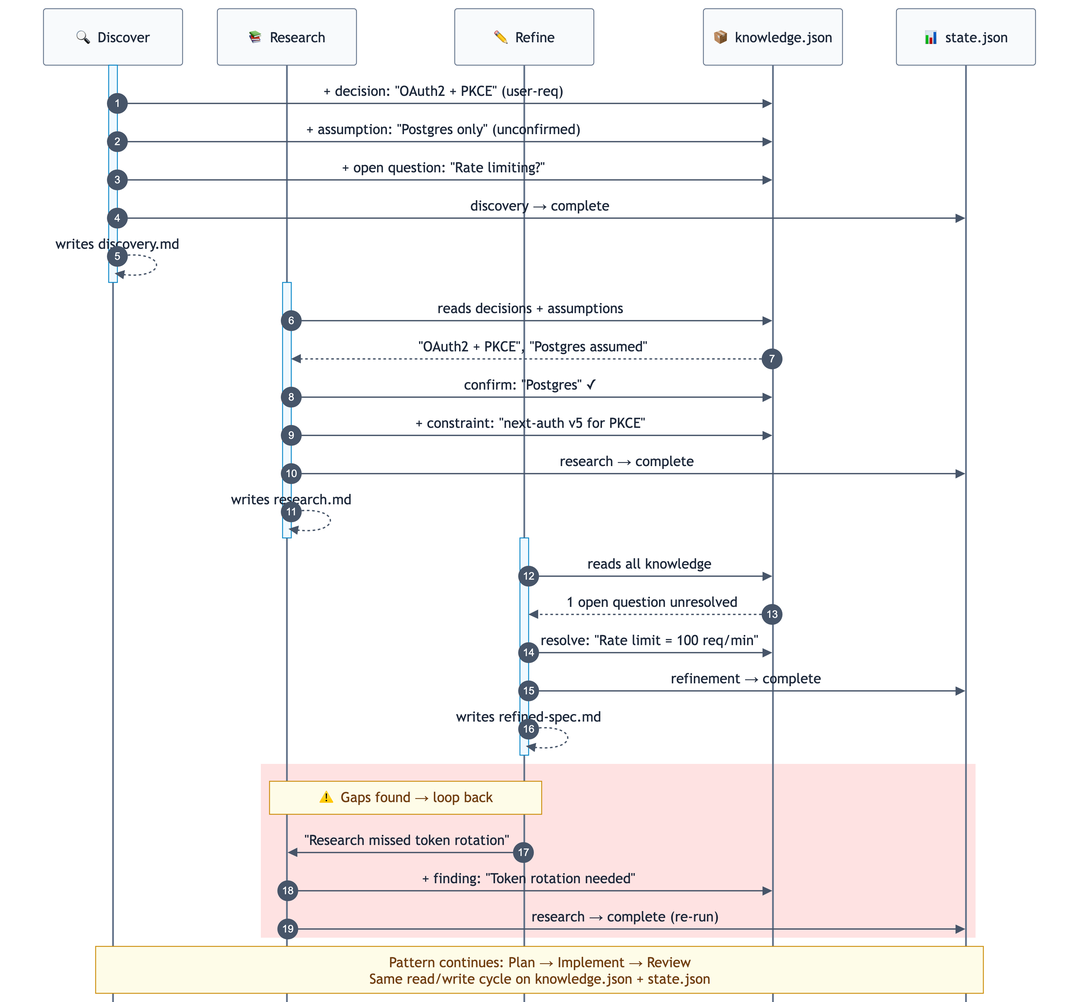
The Mermaid diagram app/assets/artifact-flow.png in compassanalytics/claude-workshop, before a commit. Its source is kept beside it as app/assets/artifact-flow.mmd. Source of this version:
```mermaid
---
config:
  theme: base
  themeVariables:
    fontSize: 13px
    actorBkg: "#f8fafc"
    actorBorder: "#64748b"
    actorTextColor: "#1e293b"
    signalColor: "#475569"
    signalTextColor: "#1e293b"
    noteBkgColor: "#fefce8"
    noteBorderColor: "#ca8a04"
    noteTextColor: "#713f12"
    activationBkgColor: "#f0f9ff"
    activationBorderColor: "#0284c7"
    sequenceNumberColor: "#ffffff"
  sequence:
    mirrorActors: false
    messageMargin: 30
    actorMargin: 40
    noteMargin: 8
    useMaxWidth: false
    width: 160
---
sequenceDiagram
    autonumber

    participant D as 🔍 Discover
    participant R as 📚 Research
    participant RF as ✏️ Refine
    participant K as 📦 knowledge.json
    participant S as 📊 state.json

    activate D
    D->>K: + decision: "OAuth2 + PKCE" (user-req)
    D->>K: + assumption: "Postgres only" (unconfirmed)
    D->>K: + open question: "Rate limiting?"
    D->>S: discovery → complete
    D-->>D: writes discovery.md
    deactivate D

    activate R
    R->>K: reads decisions + assumptions
    K-->>R: "OAuth2 + PKCE", "Postgres assumed"
    R->>K: confirm: "Postgres" ✓
    R->>K: + constraint: "next-auth v5 for PKCE"
    R->>S: research → complete
    R-->>R: writes research.md
    deactivate R

    activate RF
    RF->>K: reads all knowledge
    K-->>RF: 1 open question unresolved
    RF->>K: resolve: "Rate limit = 100 req/min"
    RF->>S: refinement → complete
    RF-->>RF: writes refined-spec.md
    deactivate RF

    rect rgb(254, 226, 226)
        Note over RF,R: ⚠️ Gaps found → loop back
        RF->>R: "Research missed token rotation"
        R->>K: + finding: "Token rotation needed"
        R->>S: research → complete (re-run)
    end

    Note over D,S: Pattern continues: Plan → Implement → Review<br/>Same read/write cycle on knowledge.json + state.json
```
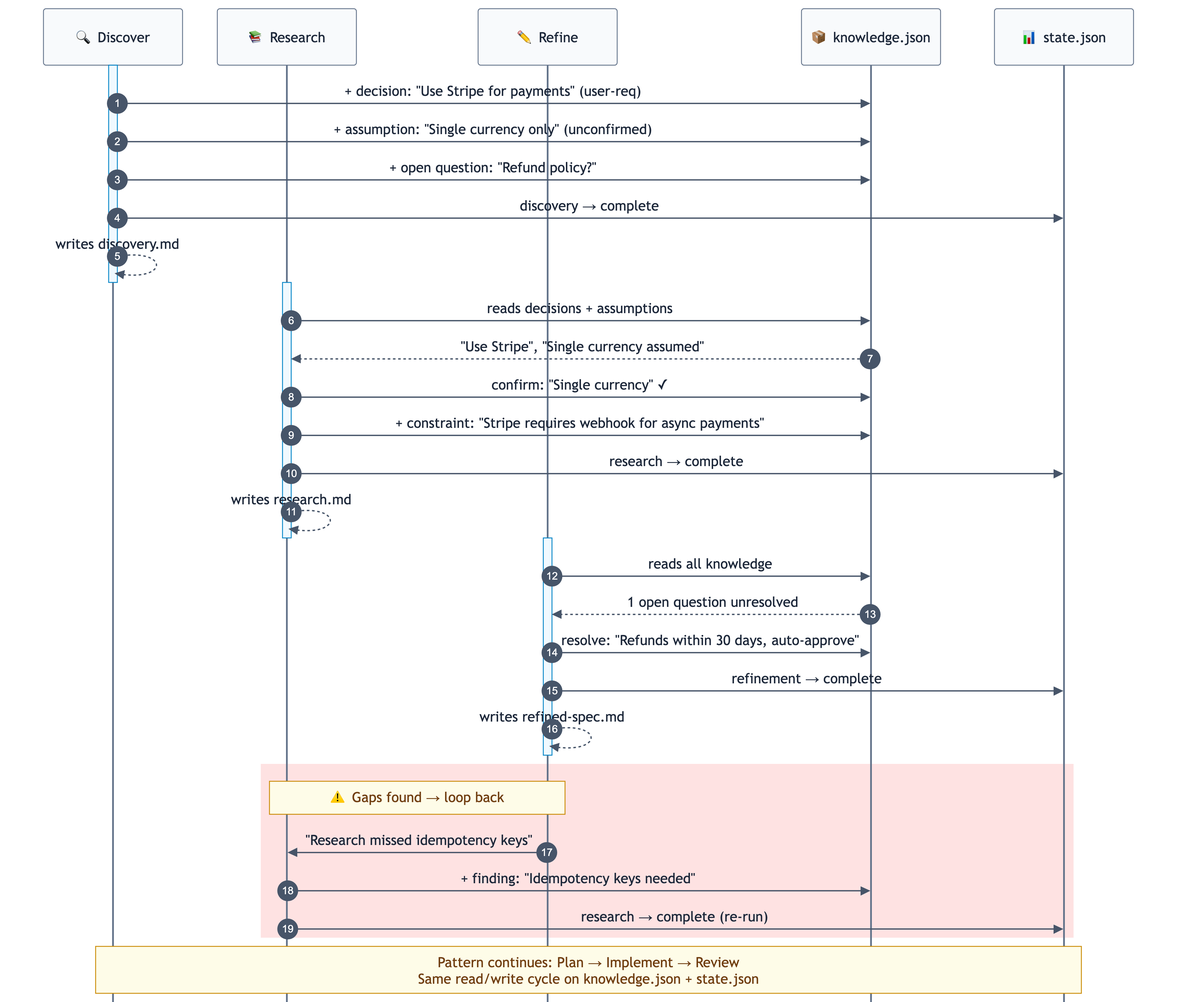
After the commit.

Change to the diagram source:
```diff
@@ -32,18 +32,18 @@
     participant S as 📊 state.json
 
     activate D
-    D->>K: + decision: "OAuth2 + PKCE" (user-req)
-    D->>K: + assumption: "Postgres only" (unconfirmed)
-    D->>K: + open question: "Rate limiting?"
+    D->>K: + decision: "Use Stripe for payments" (user-req)
+    D->>K: + assumption: "Single currency only" (unconfirmed)
+    D->>K: + open question: "Refund policy?"
     D->>S: discovery → complete
     D-->>D: writes discovery.md
     deactivate D
 
     activate R
     R->>K: reads decisions + assumptions
-    K-->>R: "OAuth2 + PKCE", "Postgres assumed"
-    R->>K: confirm: "Postgres" ✓
-    R->>K: + constraint: "next-auth v5 for PKCE"
+    K-->>R: "Use Stripe", "Single currency assumed"
+    R->>K: confirm: "Single currency" ✓
+    R->>K: + constraint: "Stripe requires webhook for async payments"
     R->>S: research → complete
     R-->>R: writes research.md
     deactivate R
@@ -51,15 +51,15 @@
     activate RF
     RF->>K: reads all knowledge
     K-->>RF: 1 open question unresolved
-    RF->>K: resolve: "Rate limit = 100 req/min"
+    RF->>K: resolve: "Refunds within 30 days, auto-approve"
     RF->>S: refinement → complete
     RF-->>RF: writes refined-spec.md
     deactivate RF
 
     rect rgb(254, 226, 226)
         Note over RF,R: ⚠️ Gaps found → loop back
-        RF->>R: "Research missed token rotation"
-        R->>K: + finding: "Token rotation needed"
+        RF->>R: "Research missed idempotency keys"
+        R->>K: + finding: "Idempotency keys needed"
         R->>S: research → complete (re-run)
     end
 
```
